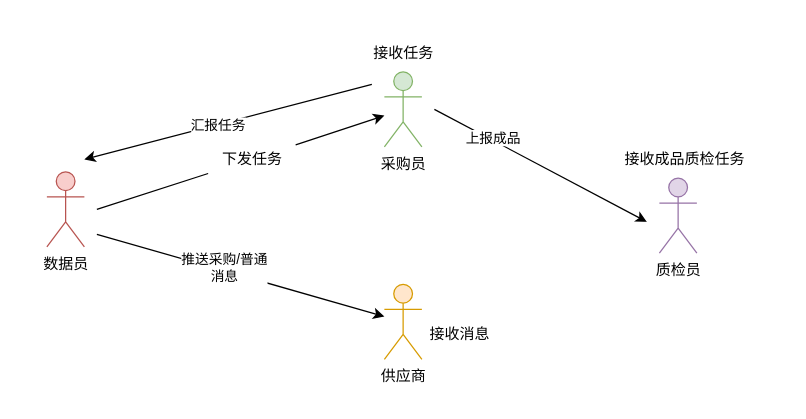
wongchuenfai/gittest keeps this draw.io diagram as 角色信息.drawio. Above is the earlier version. Source tidied: cells renumbered, new cells numbered last; positions are measured from the earlier drawing's top-left corner, leaving out a move shared by most shapes. Both pictures are drawn from the tidied source at 125%, with x=0, y=0 at pixel (46, 34).
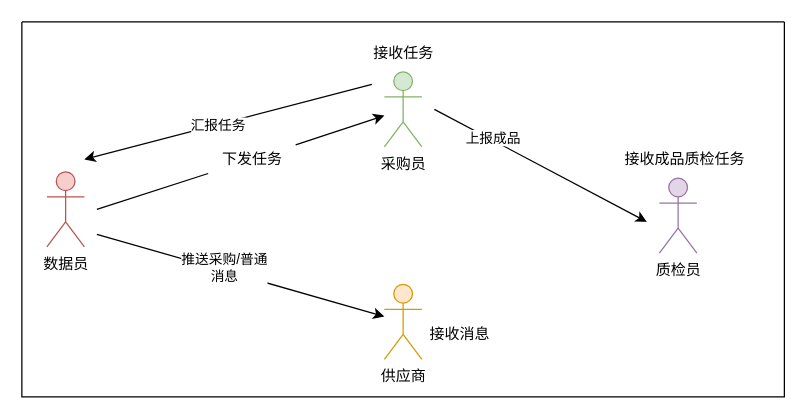
The same diagram, later.

Commit message (it also covers changes not shown here):
更新角色信息.drawio

Diff of the diagram source:
```diff
@@
+    <mxCell id="18" style="swimlane;startSize=0;" parent="1" vertex="1">
+      <mxGeometry x="-20" y="-10" width="610" height="300" as="geometry" />
+    </mxCell>
```
